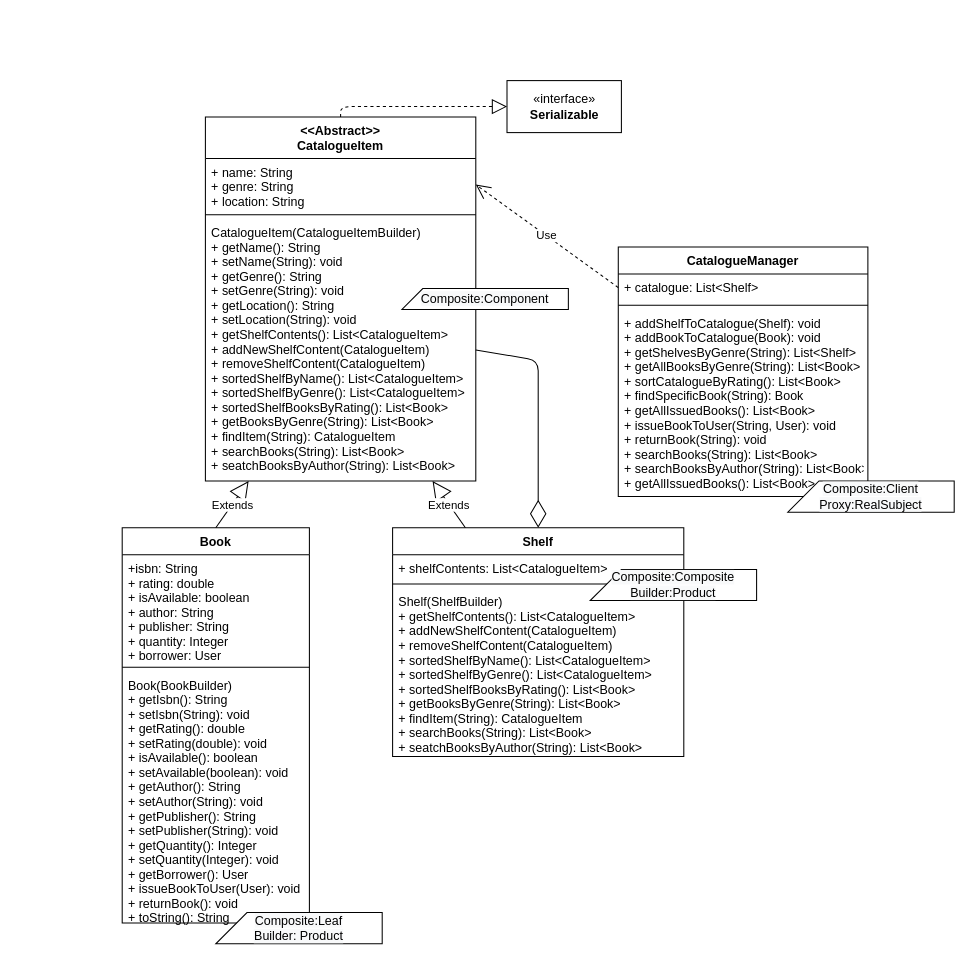
Earlier version of the draw.io diagram page "Composite" (3 of 6) of COEN359_Project.drawio (arishhaque/library-management). Source tidied: cells renumbered, new cells numbered last; positions are measured from the earlier drawing's top-left corner, leaving out a move shared by most shapes. Both pictures are drawn from the tidied source at 104%, with x=0, y=0 at pixel (122, 80).
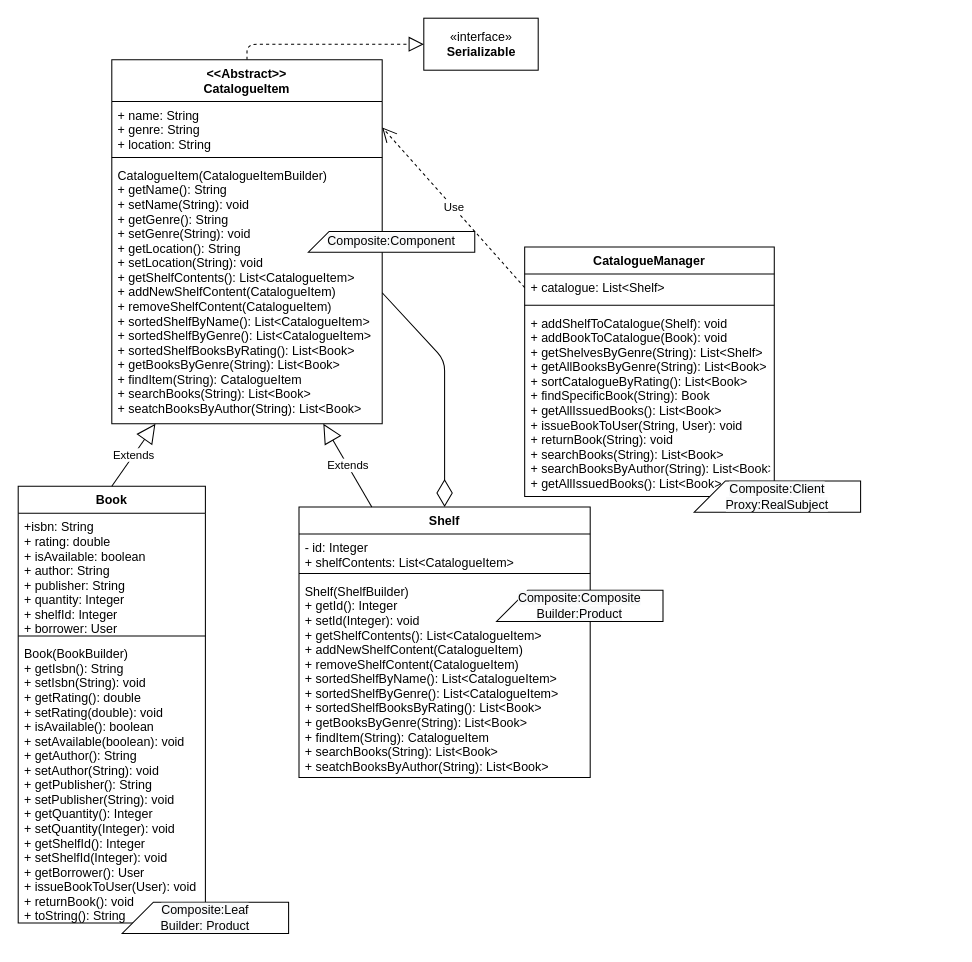
Above is the later version.

Unchanged cells that the change refers to:
```xml
<mxCell id="19" value="CatalogueItem(CatalogueItemBuilder)&#10;+ getName(): String&#10;+ setName(String): void&#10;+ getGenre(): String&#10;+ setGenre(String): void&#10;+ getLocation(): String&#10;+ setLocation(String): void&#10;+ getShelfContents(): List&lt;CatalogueItem&gt;&#10;+ addNewShelfContent(CatalogueItem)&#10;+ removeShelfContent(CatalogueItem)&#10;+ sortedShelfByName(): List&lt;CatalogueItem&gt;&#10;+ sortedShelfByGenre(): List&lt;CatalogueItem&gt;&#10;+ sortedShelfBooksByRating(): List&lt;Book&gt;&#10;+ getBooksByGenre(String): List&lt;Book&gt;&#10;+ findItem(String): CatalogueItem&#10;+ searchBooks(String): List&lt;Book&gt;&#10;+ seatchBooksByAuthor(String): List&lt;Book&gt;" style="text;strokeColor=none;fillColor=none;align=left;verticalAlign=top;spacingLeft=4;spacingRight=4;overflow=hidden;points=[[0,0.5],[1,0.5]];portConstraint=eastwest;" parent="16" vertex="1">
  <mxGeometry y="98" width="260" height="252" as="geometry" />
</mxCell>
```

Change to the diagram source:
```diff
@@
     <mxCell id="2" value="Book" style="swimlane;fontStyle=1;align=center;verticalAlign=top;horizontal=1;startSize=26;" parent="1" vertex="1">
-      <mxGeometry y="430" width="180" height="380" as="geometry" />
+      <mxGeometry x="-100" y="390" width="180" height="420" as="geometry" />
     </mxCell>
-    <mxCell id="3" value="+isbn: String&#10;+ rating: double&#10;+ isAvailable: boolean&#10;+ author: String&#10;+ publisher: String&#10;+ quantity: Integer&#10;+ borrower: User" style="text;strokeColor=none;fillColor=none;align=left;verticalAlign=top;spacingLeft=4;spacingRight=4;overflow=hidden;" parent="2" vertex="1">
-      <mxGeometry y="26" width="180" height="104" as="geometry" />
-    </mxCell>
-    <mxCell id="4" style="line;strokeWidth=1;fillColor=none;align=left;verticalAlign=middle;spacingTop=-1;spacingLeft=3;spacingRight=3;labelPosition=right;" parent="2" vertex="1">
-      <mxGeometry y="130" width="180" height="8" as="geometry" />
-    </mxCell>
-    <mxCell id="5" value="Book(BookBuilder)&#10;+ getIsbn(): String&#10;+ setIsbn(String): void&#10;+ getRating(): double&#10;+ setRating(double): void&#10;+ isAvailable(): boolean&#10;+ setAvailable(boolean): void&#10;+ getAuthor(): String&#10;+ setAuthor(String): void&#10;+ getPublisher(): String&#10;+ setPublisher(String): void&#10;+ getQuantity(): Integer&#10;+ setQuantity(Integer): void&#10;+ getBorrower(): User&#10;+ issueBookToUser(User): void&#10;+ returnBook(): void&#10;+ toString(): String" style="text;strokeColor=none;fillColor=none;align=left;verticalAlign=top;spacingLeft=4;spacingRight=4;overflow=hidden;" parent="2" vertex="1">
-      <mxGeometry y="138" width="180" height="242" as="geometry" />
-    </mxCell>
+    <mxCell id="28" value="+isbn: String&#10;+ rating: double&#10;+ isAvailable: boolean&#10;+ author: String&#10;+ publisher: String&#10;+ quantity: Integer&#10;+ shelfId: Integer&#10;+ borrower: User" style="text;strokeColor=none;fillColor=none;align=left;verticalAlign=top;spacingLeft=4;spacingRight=4;overflow=hidden;" parent="2" vertex="1">
+      <mxGeometry y="26" width="180" height="114" as="geometry" />
+    </mxCell>
+    <mxCell id="29" style="line;strokeWidth=1;fillColor=none;align=left;verticalAlign=middle;spacingTop=-1;spacingLeft=3;spacingRight=3;labelPosition=right;" parent="2" vertex="1">
+      <mxGeometry y="140" width="180" height="8" as="geometry" />
+    </mxCell>
+    <mxCell id="30" value="Book(BookBuilder)&#10;+ getIsbn(): String&#10;+ setIsbn(String): void&#10;+ getRating(): double&#10;+ setRating(double): void&#10;+ isAvailable(): boolean&#10;+ setAvailable(boolean): void&#10;+ getAuthor(): String&#10;+ setAuthor(String): void&#10;+ getPublisher(): String&#10;+ setPublisher(String): void&#10;+ getQuantity(): Integer&#10;+ setQuantity(Integer): void&#10;+ getShelfId(): Integer&#10;+ setShelfId(Integer): void&#10;+ getBorrower(): User&#10;+ issueBookToUser(User): void&#10;+ returnBook(): void&#10;+ toString(): String" style="text;strokeColor=none;fillColor=none;align=left;verticalAlign=top;spacingLeft=4;spacingRight=4;overflow=hidden;" parent="2" vertex="1">
+      <mxGeometry y="148" width="180" height="272" as="geometry" />
+    </mxCell>
     <mxCell id="6" value="«interface»&lt;br&gt;&lt;b&gt;Serializable&lt;/b&gt;" style="html=1;" parent="1" vertex="1">
-      <mxGeometry x="370" width="110" height="50" as="geometry" />
+      <mxGeometry x="290" y="-60" width="110" height="50" as="geometry" />
     </mxCell>
     <mxCell id="7" style="endArrow=block;dashed=1;endFill=0;endSize=12;html=1;entryX=0;entryY=0.5;entryDx=0;entryDy=0;exitX=0.5;exitY=0;exitDx=0;exitDy=0;" parent="1" edge="1" source="16" target="6">
       <mxGeometry relative="1" as="geometry">
         <Array as="points">
-          <mxPoint x="210" y="25" />
+          <mxPoint x="120" y="-35" />
         </Array>
       </mxGeometry>
     </mxCell>
@@
     <mxCell id="9" value="Shelf" style="swimlane;fontStyle=1;align=center;verticalAlign=top;horizontal=1;startSize=26;" parent="1" vertex="1">
-      <mxGeometry x="260" y="430" width="280" height="220" as="geometry" />
+      <mxGeometry x="170" y="410" width="280" height="260" as="geometry" />
     </mxCell>
-    <mxCell id="10" value="+ shelfContents: List&lt;CatalogueItem&gt;" style="text;strokeColor=none;fillColor=none;align=left;verticalAlign=top;spacingLeft=4;spacingRight=4;overflow=hidden;" parent="9" vertex="1">
-      <mxGeometry y="26" width="280" height="24" as="geometry" />
-    </mxCell>
-    <mxCell id="11" style="line;strokeWidth=1;fillColor=none;align=left;verticalAlign=middle;spacingTop=-1;spacingLeft=3;spacingRight=3;labelPosition=right;" parent="9" vertex="1">
-      <mxGeometry y="50" width="280" height="8" as="geometry" />
-    </mxCell>
-    <mxCell id="12" value="Shelf(ShelfBuilder)&#10;+ getShelfContents(): List&lt;CatalogueItem&gt;&#10;+ addNewShelfContent(CatalogueItem)&#10;+ removeShelfContent(CatalogueItem)&#10;+ sortedShelfByName(): List&lt;CatalogueItem&gt;&#10;+ sortedShelfByGenre(): List&lt;CatalogueItem&gt;&#10;+ sortedShelfBooksByRating(): List&lt;Book&gt;&#10;+ getBooksByGenre(String): List&lt;Book&gt;&#10;+ findItem(String): CatalogueItem&#10;+ searchBooks(String): List&lt;Book&gt;&#10;+ seatchBooksByAuthor(String): List&lt;Book&gt;" style="text;strokeColor=none;fillColor=none;align=left;verticalAlign=top;spacingLeft=4;spacingRight=4;overflow=hidden;" parent="9" vertex="1">
-      <mxGeometry y="58" width="280" height="162" as="geometry" />
-    </mxCell>
+    <mxCell id="31" value="- id: Integer&#10;+ shelfContents: List&lt;CatalogueItem&gt;" style="text;strokeColor=none;fillColor=none;align=left;verticalAlign=top;spacingLeft=4;spacingRight=4;overflow=hidden;" parent="9" vertex="1">
+      <mxGeometry y="26" width="280" height="34" as="geometry" />
+    </mxCell>
+    <mxCell id="32" style="line;strokeWidth=1;fillColor=none;align=left;verticalAlign=middle;spacingTop=-1;spacingLeft=3;spacingRight=3;labelPosition=right;" parent="9" vertex="1">
+      <mxGeometry y="60" width="280" height="8" as="geometry" />
+    </mxCell>
+    <mxCell id="33" value="Shelf(ShelfBuilder)&#10;+ getId(): Integer&#10;+ setId(Integer): void&#10;+ getShelfContents(): List&lt;CatalogueItem&gt;&#10;+ addNewShelfContent(CatalogueItem)&#10;+ removeShelfContent(CatalogueItem)&#10;+ sortedShelfByName(): List&lt;CatalogueItem&gt;&#10;+ sortedShelfByGenre(): List&lt;CatalogueItem&gt;&#10;+ sortedShelfBooksByRating(): List&lt;Book&gt;&#10;+ getBooksByGenre(String): List&lt;Book&gt;&#10;+ findItem(String): CatalogueItem&#10;+ searchBooks(String): List&lt;Book&gt;&#10;+ seatchBooksByAuthor(String): List&lt;Book&gt;" style="text;strokeColor=none;fillColor=none;align=left;verticalAlign=top;spacingLeft=4;spacingRight=4;overflow=hidden;" parent="9" vertex="1">
+      <mxGeometry y="68" width="280" height="192" as="geometry" />
+    </mxCell>
@@
     <mxCell id="14" style="endArrow=diamondThin;endFill=0;endSize=24;html=1;entryX=0.5;entryY=0;entryDx=0;entryDy=0;exitX=1;exitY=0.5;exitDx=0;exitDy=0;" parent="1" edge="1" source="19" target="9">
       <mxGeometry relative="1" as="geometry">
         <Array as="points">
-          <mxPoint x="400" y="269" />
+          <mxPoint x="310" y="269" />
         </Array>
       </mxGeometry>
     </mxCell>
     <mxCell id="15" value="&lt;span style=&quot;color: rgb(0 , 0 , 0) ; font-family: &amp;#34;helvetica&amp;#34; ; font-size: 12px ; font-style: normal ; font-weight: 400 ; letter-spacing: normal ; text-align: center ; text-indent: 0px ; text-transform: none ; word-spacing: 0px ; background-color: rgb(248 , 249 , 250) ; display: inline ; float: none&quot;&gt;Composite:Composite&lt;br&gt;Builder:Product&lt;br&gt;&lt;/span&gt;" style="shape=card;whiteSpace=wrap;html=1;" parent="1" vertex="1">
-      <mxGeometry x="450" y="470" width="160" height="30" as="geometry" />
+      <mxGeometry x="360" y="490" width="160" height="30" as="geometry" />
     </mxCell>
+    <mxCell id="27" value="&lt;span style=&quot;color: rgb(0 , 0 , 0) ; font-family: &amp;#34;helvetica&amp;#34; ; font-size: 12px ; font-style: normal ; font-weight: 400 ; letter-spacing: normal ; text-align: center ; text-indent: 0px ; text-transform: none ; word-spacing: 0px ; background-color: rgb(248 , 249 , 250) ; display: inline ; float: none&quot;&gt;Composite:Leaf&lt;br&gt;Builder: Product&lt;br&gt;&lt;/span&gt;" style="shape=card;whiteSpace=wrap;html=1;" parent="1" vertex="1">
+      <mxGeometry y="790" width="160" height="30" as="geometry" />
+    </mxCell>
     <mxCell id="16" value="&lt;&lt;Abstract&gt;&gt;&#10;CatalogueItem" style="swimlane;fontStyle=1;align=center;verticalAlign=top;horizontal=1;startSize=40;" parent="1" vertex="1">
-      <mxGeometry x="80" y="35" width="260" height="350" as="geometry" />
+      <mxGeometry x="-10" y="-20" width="260" height="350" as="geometry" />
     </mxCell>
@@
     <mxCell id="20" value="&lt;span style=&quot;color: rgb(0, 0, 0); font-family: helvetica; font-size: 12px; font-style: normal; font-weight: 400; letter-spacing: normal; text-align: center; text-indent: 0px; text-transform: none; word-spacing: 0px; background-color: rgb(248, 249, 250); display: inline; float: none;&quot;&gt;Composite:Component&lt;/span&gt;" style="shape=card;whiteSpace=wrap;html=1;" parent="1" vertex="1">
-      <mxGeometry x="269" y="200" width="160" height="20" as="geometry" />
+      <mxGeometry x="179" y="145" width="160" height="20" as="geometry" />
     </mxCell>
     <mxCell id="21" value="CatalogueManager" style="swimlane;fontStyle=1;align=center;verticalAlign=top;horizontal=1;startSize=26;" parent="1" vertex="1">
-      <mxGeometry x="477" y="160" width="240" height="240" as="geometry" />
+      <mxGeometry x="387" y="160" width="240" height="240" as="geometry" />
     </mxCell>
@@
     <mxCell id="25" value="&lt;span style=&quot;color: rgb(0 , 0 , 0) ; font-family: &amp;#34;helvetica&amp;#34; ; font-size: 12px ; font-style: normal ; font-weight: 400 ; letter-spacing: normal ; text-align: center ; text-indent: 0px ; text-transform: none ; word-spacing: 0px ; background-color: rgb(248 , 249 , 250) ; display: inline ; float: none&quot;&gt;Composite:Client&lt;br&gt;Proxy:RealSubject&lt;br&gt;&lt;/span&gt;" style="shape=card;whiteSpace=wrap;html=1;" parent="1" vertex="1">
-      <mxGeometry x="640" y="385" width="160" height="30" as="geometry" />
+      <mxGeometry x="550" y="385" width="160" height="30" as="geometry" />
     </mxCell>
@@
-    <mxCell id="27" value="&lt;span style=&quot;color: rgb(0 , 0 , 0) ; font-family: &amp;#34;helvetica&amp;#34; ; font-size: 12px ; font-style: normal ; font-weight: 400 ; letter-spacing: normal ; text-align: center ; text-indent: 0px ; text-transform: none ; word-spacing: 0px ; background-color: rgb(248 , 249 , 250) ; display: inline ; float: none&quot;&gt;Composite:Leaf&lt;br&gt;Builder: Product&lt;br&gt;&lt;/span&gt;" style="shape=card;whiteSpace=wrap;html=1;" parent="1" vertex="1">
-      <mxGeometry x="90" y="800" width="160" height="30" as="geometry" />
-    </mxCell>
```
